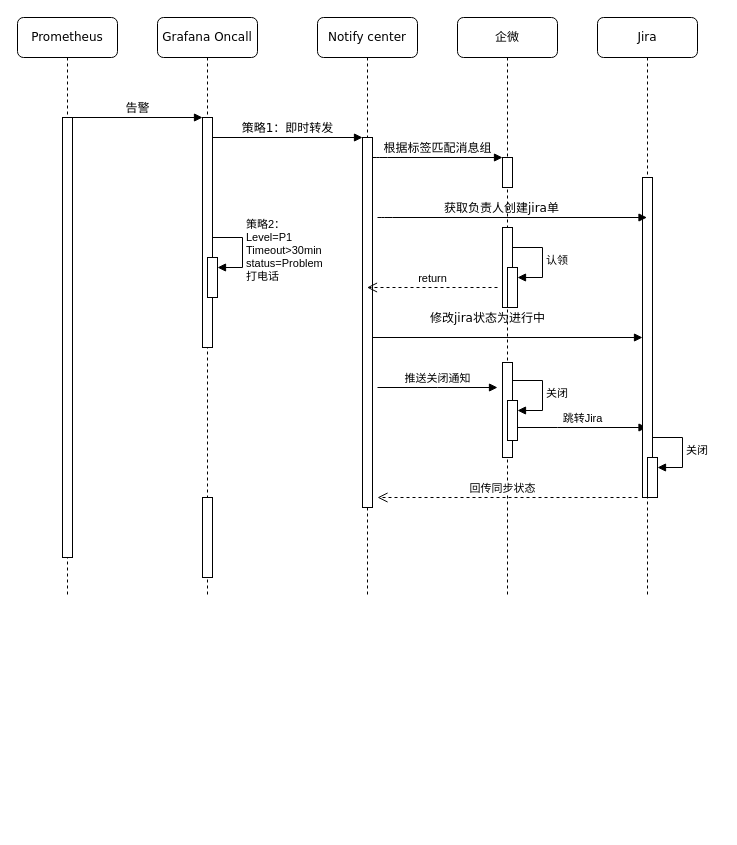
Before: 1.drawio in ca0gu0/tools, a draw.io diagram. Source tidied: cells renumbered, new cells numbered last; positions are measured from the earlier drawing's top-left corner, leaving out a move shared by most shapes. Both pictures are drawn from the tidied source at 100%, with x=0, y=0 at pixel (17, 17).
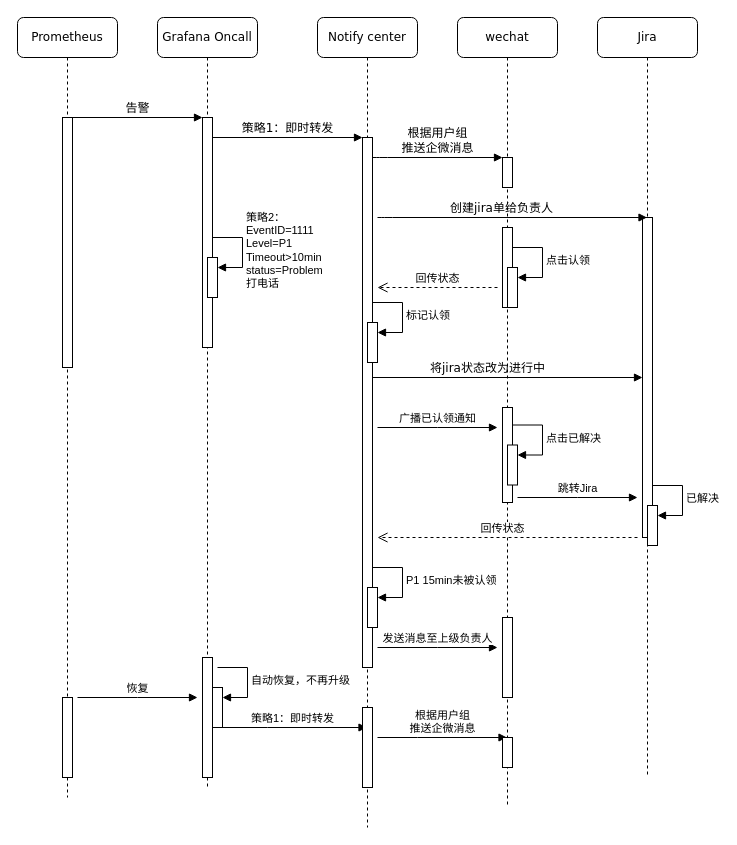
Above is the later version.

Unchanged cells that the change refers to:
```xml
<mxCell id="5" style="html=1;points=[];perimeter=orthogonalPerimeter;outlineConnect=0;targetShapes=umlLifeline;portConstraint=eastwest;newEdgeStyle={&quot;edgeStyle&quot;:&quot;elbowEdgeStyle&quot;,&quot;elbow&quot;:&quot;vertical&quot;,&quot;curved&quot;:0,&quot;rounded&quot;:0};" parent="2" vertex="1">
  <mxGeometry x="50" y="240" width="10" height="40" as="geometry" />
</mxCell>
<mxCell id="11" style="html=1;points=[];perimeter=orthogonalPerimeter;rounded=0;shadow=0;comic=0;labelBackgroundColor=none;strokeWidth=1;fontFamily=Verdana;fontSize=12;align=center;" parent="9" vertex="1">
  <mxGeometry x="45" y="140" width="10" height="30" as="geometry" />
</mxCell>
<mxCell id="14" style="html=1;points=[];perimeter=orthogonalPerimeter;outlineConnect=0;targetShapes=umlLifeline;portConstraint=eastwest;newEdgeStyle={&quot;edgeStyle&quot;:&quot;elbowEdgeStyle&quot;,&quot;elbow&quot;:&quot;vertical&quot;,&quot;curved&quot;:0,&quot;rounded&quot;:0};" parent="9" vertex="1">
  <mxGeometry x="50" y="250" width="10" height="40" as="geometry" />
</mxCell>
```

What changed in the source:
```diff
@@
     <mxCell id="2" value="Grafana Oncall" style="shape=umlLifeline;perimeter=lifelinePerimeter;whiteSpace=wrap;html=1;rounded=1;shadow=0;comic=0;labelBackgroundColor=none;strokeWidth=1;fontFamily=Verdana;fontSize=12;align=center;" parent="1" vertex="1">
-      <mxGeometry x="140" width="100" height="580" as="geometry" />
+      <mxGeometry x="140" width="100" height="770" as="geometry" />
     </mxCell>
@@
-    <mxCell id="4" style="html=1;perimeter=orthogonalPerimeter;targetShapes=umlLifeline;newEdgeStyle={&quot;edgeStyle&quot;:&quot;elbowEdgeStyle&quot;,&quot;elbow&quot;:&quot;vertical&quot;,&quot;curved&quot;:0,&quot;rounded&quot;:0};" parent="2" vertex="1">
-      <mxGeometry x="45" y="480" width="10" height="80" as="geometry" />
-    </mxCell>
@@
-    <mxCell id="6" value="策略2：&lt;br&gt;Level=P1&lt;br style=&quot;border-color: var(--border-color);&quot;&gt;Timeout&amp;gt;30min&lt;br style=&quot;border-color: var(--border-color);&quot;&gt;status=Problem&lt;br style=&quot;border-color: var(--border-color);&quot;&gt;打电话" style="html=1;align=left;spacingLeft=2;endArrow=block;rounded=0;edgeStyle=orthogonalEdgeStyle;curved=0;rounded=0;" parent="2" edge="1" target="5">
+    <mxCell id="6" value="策略2：&lt;br&gt;EventID=1111&lt;br&gt;Level=P1&lt;br style=&quot;border-color: var(--border-color);&quot;&gt;Timeout&amp;gt;10min&lt;br style=&quot;border-color: var(--border-color);&quot;&gt;status=Problem&lt;br style=&quot;border-color: var(--border-color);&quot;&gt;打电话" style="html=1;align=left;spacingLeft=2;endArrow=block;rounded=0;edgeStyle=orthogonalEdgeStyle;curved=0;rounded=0;" parent="2" edge="1" target="5">
       <mxGeometry relative="1" as="geometry">
         <mxPoint x="55" y="220" as="sourcePoint" />
         <Array as="points">
           <mxPoint x="85" y="250" />
         </Array>
       </mxGeometry>
     </mxCell>
+    <mxCell id="32" value="策略1：即时转发" style="html=1;verticalAlign=bottom;endArrow=block;edgeStyle=elbowEdgeStyle;elbow=vertical;curved=0;rounded=0;" parent="2" edge="1" target="7">
+      <mxGeometry relative="1" as="geometry">
+        <mxPoint x="60" y="710" as="sourcePoint" />
+      </mxGeometry>
+    </mxCell>
+    <mxCell id="33" style="html=1;perimeter=orthogonalPerimeter;targetShapes=umlLifeline;newEdgeStyle={&quot;edgeStyle&quot;:&quot;elbowEdgeStyle&quot;,&quot;elbow&quot;:&quot;vertical&quot;,&quot;curved&quot;:0,&quot;rounded&quot;:0};" parent="2" vertex="1">
+      <mxGeometry x="45" y="640" width="10" height="120" as="geometry" />
+    </mxCell>
+    <mxCell id="34" style="html=1;points=[];perimeter=orthogonalPerimeter;outlineConnect=0;targetShapes=umlLifeline;portConstraint=eastwest;newEdgeStyle={&quot;edgeStyle&quot;:&quot;elbowEdgeStyle&quot;,&quot;elbow&quot;:&quot;vertical&quot;,&quot;curved&quot;:0,&quot;rounded&quot;:0};" parent="2" vertex="1">
+      <mxGeometry x="55" y="670" width="10" height="40" as="geometry" />
+    </mxCell>
+    <mxCell id="35" value="自动恢复，不再升级" style="html=1;align=left;spacingLeft=2;endArrow=block;rounded=0;edgeStyle=orthogonalEdgeStyle;curved=0;rounded=0;" parent="2" edge="1" target="34">
+      <mxGeometry x="0.01" relative="1" as="geometry">
+        <mxPoint x="60" y="650" as="sourcePoint" />
+        <Array as="points">
+          <mxPoint x="90" y="680" />
+        </Array>
+      </mxGeometry>
+    </mxCell>
     <mxCell id="7" value="Notify center" style="shape=umlLifeline;perimeter=lifelinePerimeter;whiteSpace=wrap;html=1;outlineConnect=0;rounded=1;shadow=0;comic=0;labelBackgroundColor=none;strokeWidth=1;fontFamily=Verdana;fontSize=12;align=center;" parent="1" vertex="1">
-      <mxGeometry x="300" width="100" height="580" as="geometry" />
+      <mxGeometry x="300" width="100" height="810" as="geometry" />
     </mxCell>
     <mxCell id="8" style="html=1;points=[];perimeter=orthogonalPerimeter;rounded=0;shadow=0;comic=0;labelBackgroundColor=none;strokeWidth=1;fontFamily=Verdana;fontSize=12;align=center;" parent="7" vertex="1">
-      <mxGeometry x="45" y="120" width="10" height="370" as="geometry" />
+      <mxGeometry x="45" y="120" width="10" height="530" as="geometry" />
     </mxCell>
+    <mxCell id="36" style="html=1;points=[];perimeter=orthogonalPerimeter;outlineConnect=0;targetShapes=umlLifeline;portConstraint=eastwest;newEdgeStyle={&quot;edgeStyle&quot;:&quot;elbowEdgeStyle&quot;,&quot;elbow&quot;:&quot;vertical&quot;,&quot;curved&quot;:0,&quot;rounded&quot;:0};" parent="7" vertex="1">
+      <mxGeometry x="50" y="305" width="10" height="40" as="geometry" />
+    </mxCell>
+    <mxCell id="37" value="标记认领" style="html=1;align=left;spacingLeft=2;endArrow=block;rounded=0;edgeStyle=orthogonalEdgeStyle;curved=0;rounded=0;" parent="7" edge="1" target="36">
+      <mxGeometry relative="1" as="geometry">
+        <mxPoint x="55" y="285" as="sourcePoint" />
+        <Array as="points">
+          <mxPoint x="85" y="315" />
+        </Array>
+      </mxGeometry>
+    </mxCell>
+    <mxCell id="38" style="html=1;points=[];perimeter=orthogonalPerimeter;outlineConnect=0;targetShapes=umlLifeline;portConstraint=eastwest;newEdgeStyle={&quot;edgeStyle&quot;:&quot;elbowEdgeStyle&quot;,&quot;elbow&quot;:&quot;vertical&quot;,&quot;curved&quot;:0,&quot;rounded&quot;:0};" parent="7" vertex="1">
+      <mxGeometry x="50" y="570" width="10" height="40" as="geometry" />
+    </mxCell>
+    <mxCell id="39" value="P1 15min未被认领" style="html=1;align=left;spacingLeft=2;endArrow=block;rounded=0;edgeStyle=orthogonalEdgeStyle;curved=0;rounded=0;" parent="7" edge="1" target="38">
+      <mxGeometry relative="1" as="geometry">
+        <mxPoint x="55" y="550" as="sourcePoint" />
+        <Array as="points">
+          <mxPoint x="85" y="580" />
+        </Array>
+      </mxGeometry>
+    </mxCell>
+    <mxCell id="40" value="发送消息至上级负责人" style="html=1;verticalAlign=bottom;endArrow=block;edgeStyle=elbowEdgeStyle;elbow=vertical;curved=0;rounded=0;" parent="7" edge="1">
+      <mxGeometry relative="1" as="geometry">
+        <mxPoint x="60" y="630" as="sourcePoint" />
+        <mxPoint x="180" y="630" as="targetPoint" />
+      </mxGeometry>
+    </mxCell>
+    <mxCell id="41" style="html=1;perimeter=orthogonalPerimeter;targetShapes=umlLifeline;newEdgeStyle={&quot;edgeStyle&quot;:&quot;elbowEdgeStyle&quot;,&quot;elbow&quot;:&quot;vertical&quot;,&quot;curved&quot;:0,&quot;rounded&quot;:0};" parent="7" vertex="1">
+      <mxGeometry x="45" y="690" width="10" height="80" as="geometry" />
+    </mxCell>
+    <mxCell id="42" value="根据用户组&lt;br&gt;推送企微消息" style="html=1;verticalAlign=bottom;endArrow=block;edgeStyle=elbowEdgeStyle;elbow=vertical;curved=0;rounded=0;" parent="7" edge="1" target="9">
+      <mxGeometry relative="1" as="geometry">
+        <mxPoint x="60" y="720" as="sourcePoint" />
+      </mxGeometry>
+    </mxCell>
-    <mxCell id="9" value="企微" style="shape=umlLifeline;perimeter=lifelinePerimeter;whiteSpace=wrap;html=1;outlineConnect=0;rounded=1;shadow=0;comic=0;labelBackgroundColor=none;strokeWidth=1;fontFamily=Verdana;fontSize=12;align=center;" parent="1" vertex="1">
-      <mxGeometry x="440" width="100" height="580" as="geometry" />
+    <mxCell id="9" value="wechat" style="shape=umlLifeline;perimeter=lifelinePerimeter;whiteSpace=wrap;html=1;outlineConnect=0;rounded=1;shadow=0;comic=0;labelBackgroundColor=none;strokeWidth=1;fontFamily=Verdana;fontSize=12;align=center;" parent="1" vertex="1">
+      <mxGeometry x="440" width="100" height="790" as="geometry" />
     </mxCell>
     <mxCell id="10" style="html=1;perimeter=orthogonalPerimeter;rounded=0;shadow=0;comic=0;labelBackgroundColor=none;strokeWidth=1;fontFamily=Verdana;fontSize=12;align=center;" parent="9" vertex="1">
-      <mxGeometry x="45" y="345" width="10" height="95" as="geometry" />
+      <mxGeometry x="45" y="390" width="10" height="95" as="geometry" />
     </mxCell>
@@
-    <mxCell id="12" value="修改jira状态为进行中" style="html=1;verticalAlign=bottom;endArrow=block;entryX=0;entryY=0;labelBackgroundColor=none;fontFamily=Verdana;fontSize=12;" parent="9" edge="1">
-      <mxGeometry x="-0.15" y="10" relative="1" as="geometry">
-        <mxPoint x="-85" y="320" as="sourcePoint" />
-        <mxPoint x="185" y="320" as="targetPoint" />
-      </mxGeometry>
-    </mxCell>
@@
-    <mxCell id="15" value="认领" style="html=1;align=left;spacingLeft=2;endArrow=block;rounded=0;edgeStyle=orthogonalEdgeStyle;curved=0;rounded=0;" parent="9" edge="1" target="14">
-      <mxGeometry relative="1" as="geometry">
+    <mxCell id="15" value="点击认领" style="html=1;align=left;spacingLeft=2;endArrow=block;rounded=0;edgeStyle=orthogonalEdgeStyle;curved=0;rounded=0;" parent="9" edge="1" target="14">
+      <mxGeometry x="0.01" relative="1" as="geometry">
         <mxPoint x="55" y="230" as="sourcePoint" />
         <Array as="points">
           <mxPoint x="85" y="260" />
         </Array>
       </mxGeometry>
     </mxCell>
     <mxCell id="16" style="html=1;points=[];perimeter=orthogonalPerimeter;outlineConnect=0;targetShapes=umlLifeline;portConstraint=eastwest;newEdgeStyle={&quot;edgeStyle&quot;:&quot;elbowEdgeStyle&quot;,&quot;elbow&quot;:&quot;vertical&quot;,&quot;curved&quot;:0,&quot;rounded&quot;:0};" parent="9" vertex="1">
-      <mxGeometry x="50" y="383" width="10" height="40" as="geometry" />
+      <mxGeometry x="50" y="427.5" width="10" height="40" as="geometry" />
     </mxCell>
-    <mxCell id="17" value="关闭" style="html=1;align=left;spacingLeft=2;endArrow=block;rounded=0;edgeStyle=orthogonalEdgeStyle;curved=0;rounded=0;" parent="9" edge="1" target="16">
+    <mxCell id="17" value="点击已解决" style="html=1;align=left;spacingLeft=2;endArrow=block;rounded=0;edgeStyle=orthogonalEdgeStyle;curved=0;rounded=0;" parent="9" edge="1" target="16">
       <mxGeometry relative="1" as="geometry">
-        <mxPoint x="55" y="363" as="sourcePoint" />
+        <mxPoint x="55" y="407.5" as="sourcePoint" />
         <Array as="points">
-          <mxPoint x="85" y="393" />
+          <mxPoint x="85" y="437.5" />
         </Array>
       </mxGeometry>
     </mxCell>
-    <mxCell id="18" value="跳转Jira" style="html=1;verticalAlign=bottom;endArrow=block;edgeStyle=elbowEdgeStyle;elbow=vertical;curved=0;rounded=0;" parent="9" edge="1" target="25">
-      <mxGeometry relative="1" as="geometry">
-        <mxPoint x="60" y="410" as="sourcePoint" />
-      </mxGeometry>
-    </mxCell>
-    <mxCell id="19" value="回传同步状态" style="html=1;verticalAlign=bottom;endArrow=open;dashed=1;endSize=8;edgeStyle=elbowEdgeStyle;elbow=vertical;curved=0;rounded=0;" parent="9" edge="1">
+    <mxCell id="19" value="回传状态" style="html=1;verticalAlign=bottom;endArrow=open;dashed=1;endSize=8;edgeStyle=elbowEdgeStyle;elbow=vertical;curved=0;rounded=0;" parent="9" edge="1">
       <mxGeometry x="0.04" relative="1" as="geometry">
-        <mxPoint x="180" y="480" as="sourcePoint" />
-        <mxPoint x="-80" y="480" as="targetPoint" />
+        <mxPoint x="180" y="520" as="sourcePoint" />
+        <mxPoint x="-80" y="520" as="targetPoint" />
         <Array as="points">
-          <mxPoint x="150" y="480" />
+          <mxPoint x="150" y="520" />
         </Array>
       </mxGeometry>
     </mxCell>
+    <mxCell id="43" style="html=1;perimeter=orthogonalPerimeter;targetShapes=umlLifeline;newEdgeStyle={&quot;edgeStyle&quot;:&quot;elbowEdgeStyle&quot;,&quot;elbow&quot;:&quot;vertical&quot;,&quot;curved&quot;:0,&quot;rounded&quot;:0};" parent="9" vertex="1">
+      <mxGeometry x="45" y="600" width="10" height="80" as="geometry" />
+    </mxCell>
+    <mxCell id="44" style="html=1;perimeter=orthogonalPerimeter;rounded=0;shadow=0;comic=0;labelBackgroundColor=none;strokeWidth=1;fontFamily=Verdana;fontSize=12;align=center;" parent="9" vertex="1">
+      <mxGeometry x="45" y="720" width="10" height="30" as="geometry" />
+    </mxCell>
     <mxCell id="20" value="Prometheus" style="shape=umlLifeline;perimeter=lifelinePerimeter;whiteSpace=wrap;html=1;rounded=1;shadow=0;comic=0;labelBackgroundColor=none;strokeWidth=1;fontFamily=Verdana;fontSize=12;align=center;" parent="1" vertex="1">
-      <mxGeometry width="100" height="580" as="geometry" />
+      <mxGeometry width="100" height="780" as="geometry" />
     </mxCell>
     <mxCell id="21" style="html=1;points=[];perimeter=orthogonalPerimeter;rounded=0;shadow=0;comic=0;labelBackgroundColor=none;strokeWidth=1;fontFamily=Verdana;fontSize=12;align=center;" parent="20" vertex="1">
-      <mxGeometry x="45" y="100" width="10" height="440" as="geometry" />
+      <mxGeometry x="45" y="100" width="10" height="250" as="geometry" />
     </mxCell>
+    <mxCell id="45" style="html=1;perimeter=orthogonalPerimeter;targetShapes=umlLifeline;newEdgeStyle={&quot;edgeStyle&quot;:&quot;elbowEdgeStyle&quot;,&quot;elbow&quot;:&quot;vertical&quot;,&quot;curved&quot;:0,&quot;rounded&quot;:0};" parent="20" vertex="1">
+      <mxGeometry x="45" y="680" width="10" height="80" as="geometry" />
+    </mxCell>
+    <mxCell id="46" value="恢复" style="html=1;verticalAlign=bottom;endArrow=block;edgeStyle=elbowEdgeStyle;elbow=vertical;curved=0;rounded=0;" parent="20" edge="1">
+      <mxGeometry relative="1" as="geometry">
+        <mxPoint x="60" y="680" as="sourcePoint" />
+        <mxPoint x="180" y="680" as="targetPoint" />
+      </mxGeometry>
+    </mxCell>
-    <mxCell id="22" value="根据标签匹配消息组" style="html=1;verticalAlign=bottom;endArrow=block;labelBackgroundColor=none;fontFamily=Verdana;fontSize=12;edgeStyle=elbowEdgeStyle;elbow=vertical;" parent="1" edge="1" source="8" target="11">
+    <mxCell id="22" value="根据用户组&lt;br&gt;推送企微消息" style="html=1;verticalAlign=bottom;endArrow=block;labelBackgroundColor=none;fontFamily=Verdana;fontSize=12;edgeStyle=elbowEdgeStyle;elbow=vertical;" parent="1" edge="1" source="8" target="11">
       <mxGeometry relative="1" as="geometry">
         <Array as="points">
           <mxPoint x="360" y="140" />
         </Array>
       </mxGeometry>
     </mxCell>
@@
     <mxCell id="25" value="Jira" style="shape=umlLifeline;perimeter=lifelinePerimeter;whiteSpace=wrap;html=1;outlineConnect=0;rounded=1;shadow=0;comic=0;labelBackgroundColor=none;strokeWidth=1;fontFamily=Verdana;fontSize=12;align=center;" parent="1" vertex="1">
-      <mxGeometry x="580" width="100" height="580" as="geometry" />
+      <mxGeometry x="580" width="100" height="760" as="geometry" />
     </mxCell>
     <mxCell id="26" style="html=1;perimeter=orthogonalPerimeter;rounded=0;shadow=0;comic=0;labelBackgroundColor=none;strokeWidth=1;fontFamily=Verdana;fontSize=12;align=center;" parent="25" vertex="1">
-      <mxGeometry x="45" y="160" width="10" height="320" as="geometry" />
+      <mxGeometry x="45" y="200" width="10" height="320" as="geometry" />
     </mxCell>
-    <mxCell id="27" style="html=1;points=[];perimeter=orthogonalPerimeter;outlineConnect=0;targetShapes=umlLifeline;portConstraint=eastwest;newEdgeStyle={&quot;edgeStyle&quot;:&quot;elbowEdgeStyle&quot;,&quot;elbow&quot;:&quot;vertical&quot;,&quot;curved&quot;:0,&quot;rounded&quot;:0};" parent="25" vertex="1">
-      <mxGeometry x="50" y="440" width="10" height="40" as="geometry" />
-    </mxCell>
-    <mxCell id="28" value="关闭" style="html=1;align=left;spacingLeft=2;endArrow=block;rounded=0;edgeStyle=orthogonalEdgeStyle;curved=0;rounded=0;" parent="25" edge="1" target="27">
-      <mxGeometry relative="1" as="geometry">
-        <mxPoint x="55" y="420" as="sourcePoint" />
-        <Array as="points">
-          <mxPoint x="85" y="450" />
-        </Array>
-      </mxGeometry>
-    </mxCell>
+    <mxCell id="47" style="html=1;points=[];perimeter=orthogonalPerimeter;outlineConnect=0;targetShapes=umlLifeline;portConstraint=eastwest;newEdgeStyle={&quot;edgeStyle&quot;:&quot;elbowEdgeStyle&quot;,&quot;elbow&quot;:&quot;vertical&quot;,&quot;curved&quot;:0,&quot;rounded&quot;:0};" parent="25" vertex="1">
+      <mxGeometry x="50" y="488" width="10" height="40" as="geometry" />
+    </mxCell>
+    <mxCell id="48" value="已解决" style="html=1;align=left;spacingLeft=2;endArrow=block;rounded=0;edgeStyle=orthogonalEdgeStyle;curved=0;rounded=0;" parent="25" edge="1" target="47">
+      <mxGeometry relative="1" as="geometry">
+        <mxPoint x="55" y="468" as="sourcePoint" />
+        <Array as="points">
+          <mxPoint x="85" y="498" />
+        </Array>
+      </mxGeometry>
+    </mxCell>
-    <mxCell id="29" value="获取负责人创建jira单" style="html=1;verticalAlign=bottom;endArrow=block;labelBackgroundColor=none;fontFamily=Verdana;fontSize=12;edgeStyle=elbowEdgeStyle;elbow=vertical;" parent="1" edge="1" target="25">
+    <mxCell id="29" value="创建jira单给负责人" style="html=1;verticalAlign=bottom;endArrow=block;labelBackgroundColor=none;fontFamily=Verdana;fontSize=12;edgeStyle=elbowEdgeStyle;elbow=vertical;" parent="1" edge="1" target="25">
       <mxGeometry x="-0.08" relative="1" as="geometry">
         <mxPoint x="360" y="200" as="sourcePoint" />
         <Array as="points">
           <mxPoint x="365" y="200" />
         </Array>
       </mxGeometry>
     </mxCell>
-    <mxCell id="30" value="推送关闭通知" style="html=1;verticalAlign=bottom;endArrow=block;edgeStyle=elbowEdgeStyle;elbow=vertical;curved=0;rounded=0;" parent="1" edge="1">
+    <mxCell id="30" value="广播已认领通知" style="html=1;verticalAlign=bottom;endArrow=block;edgeStyle=elbowEdgeStyle;elbow=vertical;curved=0;rounded=0;" parent="1" edge="1">
       <mxGeometry relative="1" as="geometry">
-        <mxPoint x="360" y="370" as="sourcePoint" />
-        <mxPoint x="480" y="370" as="targetPoint" />
+        <mxPoint x="360" y="410" as="sourcePoint" />
+        <mxPoint x="480" y="410" as="targetPoint" />
       </mxGeometry>
     </mxCell>
-    <mxCell id="31" value="return" style="html=1;verticalAlign=bottom;endArrow=open;dashed=1;endSize=8;edgeStyle=elbowEdgeStyle;elbow=vertical;curved=0;rounded=0;" parent="1" edge="1" target="7">
+    <mxCell id="31" value="回传状态" style="html=1;verticalAlign=bottom;endArrow=open;dashed=1;endSize=8;edgeStyle=elbowEdgeStyle;elbow=vertical;curved=0;rounded=0;" parent="1" edge="1">
       <mxGeometry relative="1" as="geometry">
         <mxPoint x="480" y="270" as="sourcePoint" />
+        <mxPoint x="360" y="270" as="targetPoint" />
       </mxGeometry>
     </mxCell>
+    <mxCell id="12" value="将jira状态改为进行中" style="html=1;verticalAlign=bottom;endArrow=block;entryX=0;entryY=0;labelBackgroundColor=none;fontFamily=Verdana;fontSize=12;" parent="1" edge="1">
+      <mxGeometry x="-0.15" relative="1" as="geometry">
+        <mxPoint x="355" y="360" as="sourcePoint" />
+        <mxPoint x="625" y="360" as="targetPoint" />
+      </mxGeometry>
+    </mxCell>
+    <mxCell id="18" value="跳转Jira" style="html=1;verticalAlign=bottom;endArrow=block;edgeStyle=elbowEdgeStyle;elbow=vertical;curved=0;rounded=0;" parent="1" edge="1">
+      <mxGeometry relative="1" as="geometry">
+        <mxPoint x="500" y="480" as="sourcePoint" />
+        <mxPoint x="620" y="480" as="targetPoint" />
+      </mxGeometry>
+    </mxCell>
```
